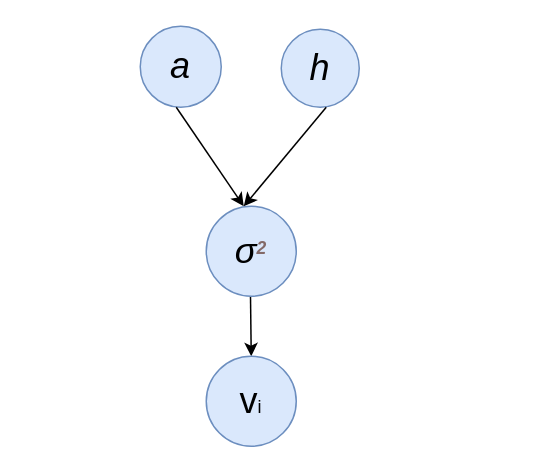
Before: 未命名绘图.drawio in luoluo19550418/drawio, a draw.io diagram. Source tidied: cells renumbered, new cells numbered last; positions are measured from the earlier drawing's top-left corner, leaving out a move shared by most shapes. Both pictures are drawn from the tidied source at 150%, with x=0, y=0 at pixel (140, 26).
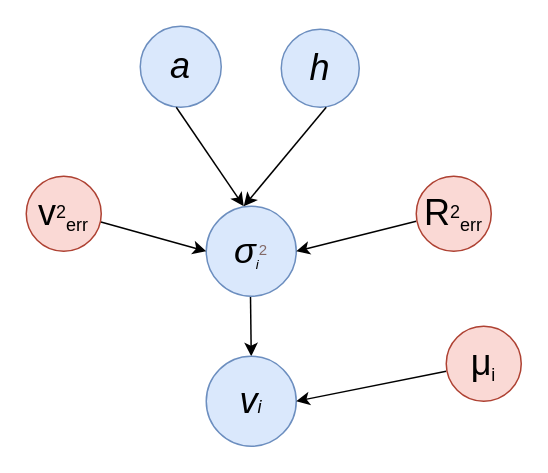
The same diagram, later.

Commit message:
更新未命名绘图.drawio

Change to the diagram source:
```diff
@@
-    <mxCell id="7" value="&lt;font&gt;&lt;span style=&quot;font-size: 24px;&quot;&gt;v&lt;/span&gt;&lt;/font&gt;i" style="ellipse;whiteSpace=wrap;html=1;fillColor=#dae8fc;strokeColor=#6c8ebf;" parent="1" vertex="1">
+    <mxCell id="7" value="&lt;i&gt;&lt;font&gt;&lt;span style=&quot;font-size: 24px;&quot;&gt;v&lt;/span&gt;&lt;/font&gt;i&lt;/i&gt;" style="ellipse;whiteSpace=wrap;html=1;fillColor=#dae8fc;strokeColor=#6c8ebf;" parent="1" vertex="1">
       <mxGeometry x="44" y="220" width="60" height="60" as="geometry" />
     </mxCell>
-    <mxCell id="8" value="&lt;font style=&quot;&quot;&gt;&lt;i style=&quot;&quot;&gt;&lt;span style=&quot;font-size: 24px;&quot;&gt;σ&lt;/span&gt;&lt;font style=&quot;border-color: var(--border-color); font-size: 14px;&quot; face=&quot;Cambria Math&quot; color=&quot;#836967&quot;&gt;&lt;sup style=&quot;border-color: var(--border-color);&quot;&gt;&lt;b&gt;2&lt;/b&gt;&lt;/sup&gt;&lt;/font&gt;&lt;/i&gt;&lt;/font&gt;" style="ellipse;whiteSpace=wrap;html=1;fillColor=#dae8fc;strokeColor=#6c8ebf;" parent="1" vertex="1">
+    <mxCell id="8" value="&lt;font style=&quot;&quot;&gt;&lt;span style=&quot;font-style: italic; font-size: 24px;&quot;&gt;σ&lt;/span&gt;&lt;sub style=&quot;&quot;&gt;&lt;font style=&quot;font-size: 9px;&quot;&gt;&lt;i&gt;i&lt;/i&gt;&lt;/font&gt;&lt;/sub&gt;&lt;font style=&quot;border-color: var(--border-color); font-size: 12px;&quot; face=&quot;Cambria Math&quot; color=&quot;#836967&quot;&gt;&lt;sup style=&quot;border-color: var(--border-color);&quot;&gt;2&lt;/sup&gt;&lt;/font&gt;&lt;/font&gt;" style="ellipse;whiteSpace=wrap;html=1;fillColor=#dae8fc;strokeColor=#6c8ebf;" parent="1" vertex="1">
       <mxGeometry x="44" y="120" width="60" height="60" as="geometry" />
     </mxCell>
+    <mxCell id="9" style="endArrow=classic;html=1;rounded=0;" parent="1" edge="1">
+      <mxGeometry relative="1" as="geometry">
+        <mxPoint x="184" y="130" as="sourcePoint" />
+        <mxPoint x="104" y="150" as="targetPoint" />
+      </mxGeometry>
+    </mxCell>
+    <mxCell id="10" style="endArrow=classic;html=1;rounded=0;" parent="1" edge="1">
+      <mxGeometry relative="1" as="geometry">
+        <mxPoint x="-28" y="130" as="sourcePoint" />
+        <mxPoint x="44" y="150" as="targetPoint" />
+      </mxGeometry>
+    </mxCell>
+    <mxCell id="11" value="&lt;font style=&quot;&quot;&gt;&lt;span style=&quot;font-size: 24px;&quot;&gt;R&lt;/span&gt;&lt;sup style=&quot;&quot;&gt;&lt;font style=&quot;font-size: 12px;&quot;&gt;2&lt;/font&gt;&lt;/sup&gt;&lt;sub style=&quot;&quot;&gt;&lt;font style=&quot;font-size: 12px;&quot;&gt;err&lt;/font&gt;&lt;/sub&gt;&lt;/font&gt;" style="ellipse;whiteSpace=wrap;html=1;fillColor=#fad9d5;strokeColor=#ae4132;" parent="1" vertex="1">
+      <mxGeometry x="184" y="100" width="50" height="50" as="geometry" />
+    </mxCell>
+    <mxCell id="12" value="&lt;font style=&quot;&quot;&gt;&lt;span style=&quot;font-size: 24px;&quot;&gt;v&lt;/span&gt;&lt;sup style=&quot;&quot;&gt;&lt;font style=&quot;font-size: 12px;&quot;&gt;2&lt;/font&gt;&lt;/sup&gt;&lt;sub style=&quot;&quot;&gt;&lt;font style=&quot;font-size: 12px;&quot;&gt;err&lt;/font&gt;&lt;/sub&gt;&lt;/font&gt;" style="ellipse;whiteSpace=wrap;html=1;fillColor=#fad9d5;strokeColor=#ae4132;" parent="1" vertex="1">
+      <mxGeometry x="-76" y="100" width="50" height="50" as="geometry" />
+    </mxCell>
+    <mxCell id="13" style="endArrow=classic;html=1;rounded=0;" parent="1" edge="1">
+      <mxGeometry relative="1" as="geometry">
+        <mxPoint x="204" y="230" as="sourcePoint" />
+        <mxPoint x="104" y="250" as="targetPoint" />
+      </mxGeometry>
+    </mxCell>
+    <mxCell id="14" value="&lt;font style=&quot;&quot;&gt;&lt;span style=&quot;font-size: 24px;&quot;&gt;μ&lt;/span&gt;&lt;sub style=&quot;&quot;&gt;&lt;font style=&quot;font-size: 12px;&quot;&gt;i&lt;/font&gt;&lt;/sub&gt;&lt;/font&gt;" style="ellipse;whiteSpace=wrap;html=1;fillColor=#fad9d5;strokeColor=#ae4132;" parent="1" vertex="1">
+      <mxGeometry x="204" y="200" width="50" height="50" as="geometry" />
+    </mxCell>
```
